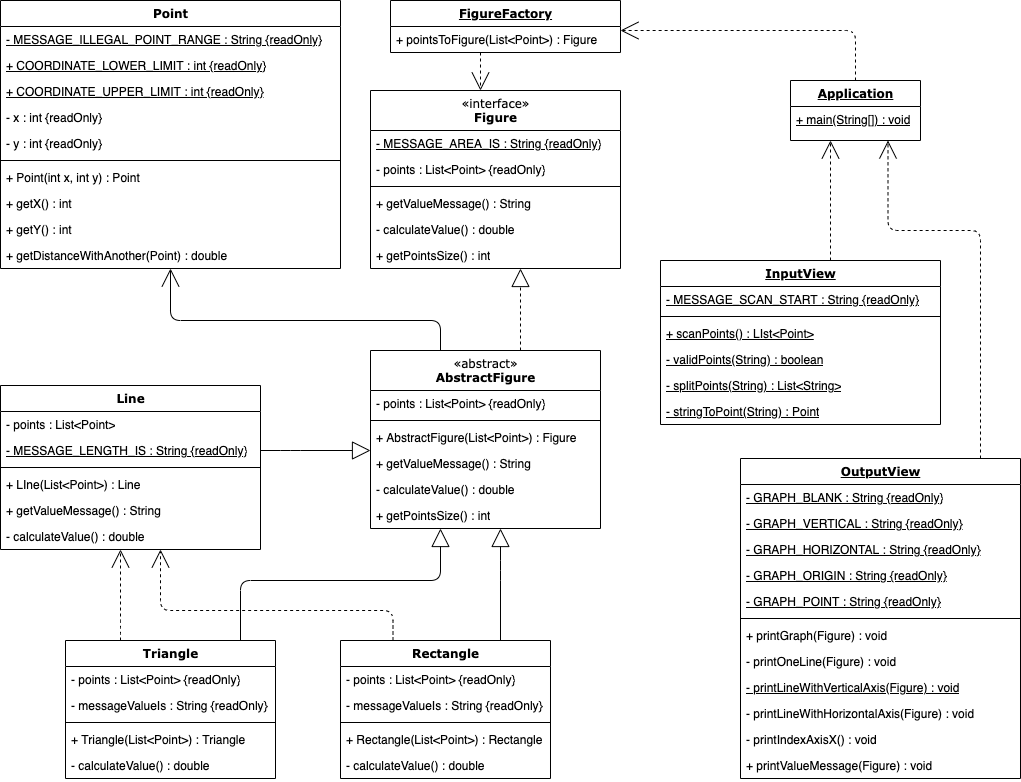
Above: design.png in muttjimmypark/java-coordinate-playground (draw.io), before the change. Source tidied: cells renumbered, new cells last; positions are measured from the earlier drawing's top-left corner, leaving out a move shared by most shapes.
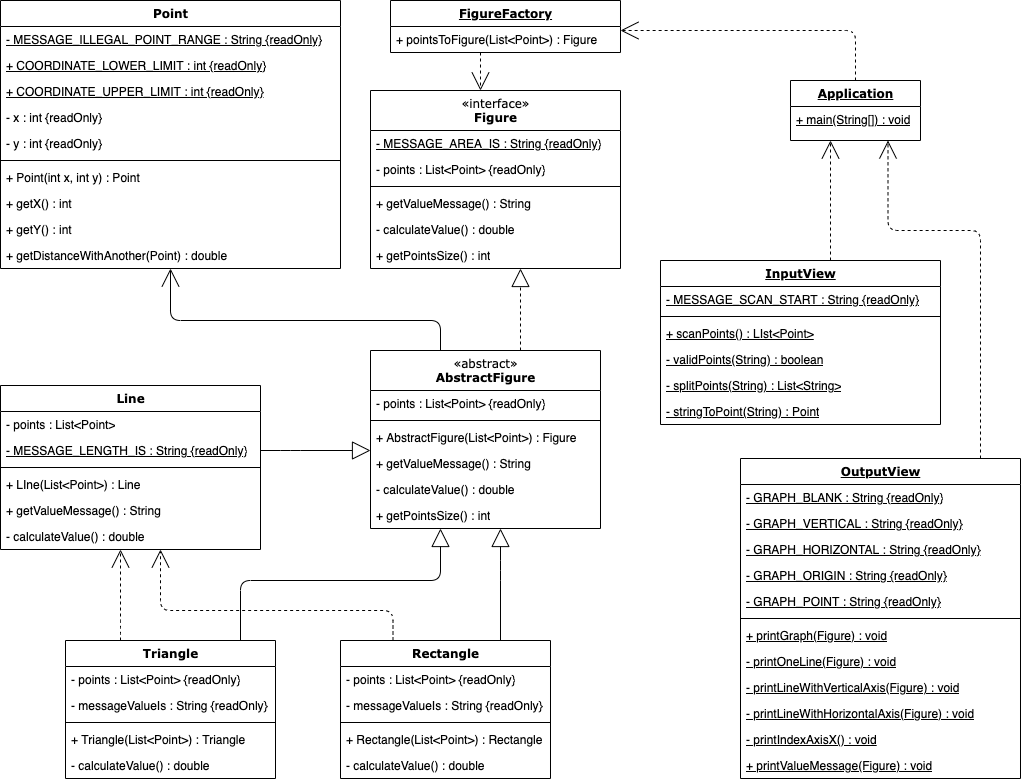
After the commit.

Commit message:
fix(design.png) : 표기법 일부 누락

The edit, as a diff of the source:
```diff
@@ -227,22 +227,22 @@
     <mxCell id="66" style="line;html=1;strokeWidth=1;fillColor=none;align=left;verticalAlign=middle;spacingTop=-1;spacingLeft=3;spacingRight=3;labelPosition=right;" parent="60" vertex="1">
       <mxGeometry y="156" width="280" height="8" as="geometry" />
     </mxCell>
-    <mxCell id="67" value="+ printGraph(Figure) : void" style="text;html=1;strokeColor=none;fillColor=none;align=left;verticalAlign=top;spacingLeft=4;spacingRight=4;whiteSpace=wrap;overflow=hidden;" parent="60" vertex="1">
+    <mxCell id="67" value="+ printGraph(Figure) : void" style="text;html=1;strokeColor=none;fillColor=none;align=left;verticalAlign=top;spacingLeft=4;spacingRight=4;whiteSpace=wrap;overflow=hidden;fontStyle=4;" parent="60" vertex="1">
       <mxGeometry y="164" width="280" height="26" as="geometry" />
     </mxCell>
-    <mxCell id="68" value="- printOneLine(Figure) : void" style="text;html=1;strokeColor=none;fillColor=none;align=left;verticalAlign=top;spacingLeft=4;spacingRight=4;whiteSpace=wrap;overflow=hidden;" parent="60" vertex="1">
+    <mxCell id="68" value="- printOneLine(Figure) : void" style="text;html=1;strokeColor=none;fillColor=none;align=left;verticalAlign=top;spacingLeft=4;spacingRight=4;whiteSpace=wrap;overflow=hidden;fontStyle=4;" parent="60" vertex="1">
       <mxGeometry y="190" width="280" height="26" as="geometry" />
     </mxCell>
     <mxCell id="69" value="&lt;u&gt;- printLineWithVerticalAxis(Figure) : void&lt;/u&gt;" style="text;html=1;strokeColor=none;fillColor=none;align=left;verticalAlign=top;spacingLeft=4;spacingRight=4;whiteSpace=wrap;overflow=hidden;" parent="60" vertex="1">
       <mxGeometry y="216" width="280" height="26" as="geometry" />
     </mxCell>
-    <mxCell id="70" value="- printLineWithHorizontalAxis(Figure) : void" style="text;html=1;strokeColor=none;fillColor=none;align=left;verticalAlign=top;spacingLeft=4;spacingRight=4;whiteSpace=wrap;overflow=hidden;" parent="60" vertex="1">
+    <mxCell id="70" value="- printLineWithHorizontalAxis(Figure) : void" style="text;html=1;strokeColor=none;fillColor=none;align=left;verticalAlign=top;spacingLeft=4;spacingRight=4;whiteSpace=wrap;overflow=hidden;fontStyle=4;" parent="60" vertex="1">
       <mxGeometry y="242" width="280" height="26" as="geometry" />
     </mxCell>
-    <mxCell id="71" value="- printIndexAxisX() : void" style="text;html=1;strokeColor=none;fillColor=none;align=left;verticalAlign=top;spacingLeft=4;spacingRight=4;whiteSpace=wrap;overflow=hidden;" parent="60" vertex="1">
+    <mxCell id="71" value="- printIndexAxisX() : void" style="text;html=1;strokeColor=none;fillColor=none;align=left;verticalAlign=top;spacingLeft=4;spacingRight=4;whiteSpace=wrap;overflow=hidden;fontStyle=4;" parent="60" vertex="1">
       <mxGeometry y="268" width="280" height="26" as="geometry" />
     </mxCell>
-    <mxCell id="72" value="+ printValueMessage(Figure) : void" style="text;html=1;strokeColor=none;fillColor=none;align=left;verticalAlign=top;spacingLeft=4;spacingRight=4;whiteSpace=wrap;overflow=hidden;" parent="60" vertex="1">
+    <mxCell id="72" value="+ printValueMessage(Figure) : void" style="text;html=1;strokeColor=none;fillColor=none;align=left;verticalAlign=top;spacingLeft=4;spacingRight=4;whiteSpace=wrap;overflow=hidden;fontStyle=4;" parent="60" vertex="1">
       <mxGeometry y="294" width="280" height="26" as="geometry" />
     </mxCell>
     <mxCell id="73" style="edgeStyle=elbowEdgeStyle;html=1;labelBackgroundColor=none;startFill=0;startSize=8;endArrow=open;endFill=0;endSize=16;fontFamily=Verdana;fontSize=12;elbow=vertical;dashed=1;" parent="1" edge="1" source="36" target="28">
```
